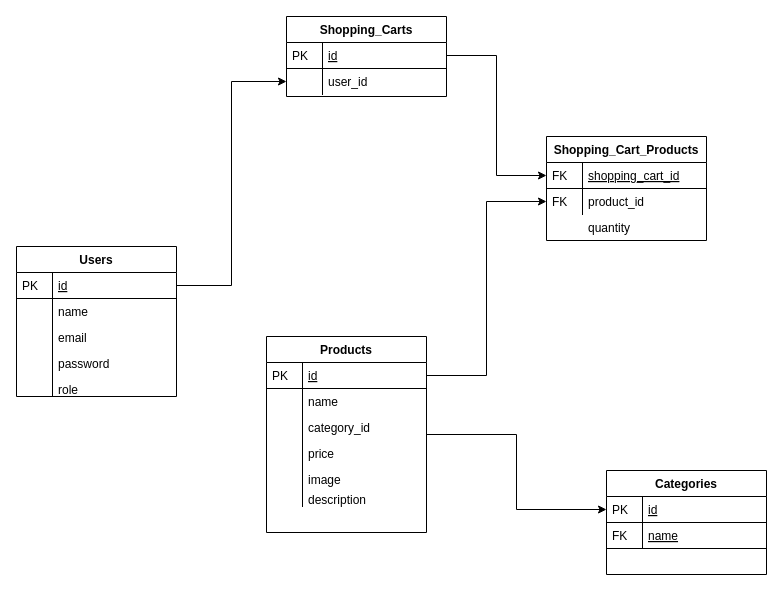
Above: db/db-diagram/db-diagram.drawio in AdrianFadiga/e-commerce-api (draw.io), before the change. Source tidied: cells renumbered, new cells numbered last; positions are measured from the earlier drawing's top-left corner, leaving out a move shared by most shapes. Both pictures are drawn from the tidied source at 100%, with x=0, y=0 at pixel (16, 16).
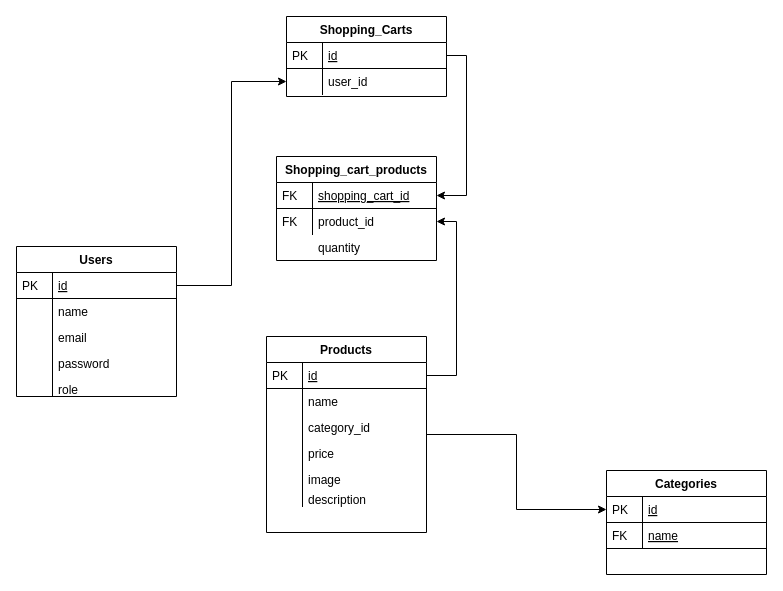
Above is the later version.

Commit message (it also covers changes not shown here):
feat: shopping_cart_products

The change refers to these unchanged cells:
```xml
<mxCell id="4" value="id" style="shape=partialRectangle;top=0;left=0;right=0;bottom=1;align=left;verticalAlign=top;fillColor=none;spacingLeft=40;spacingRight=4;overflow=hidden;points=[[0,0.5],[1,0.5]];portConstraint=eastwest;rounded=0;shadow=0;strokeWidth=1;fontStyle=4;" parent="3" vertex="1">
  <mxGeometry y="26" width="160" height="26" as="geometry" />
</mxCell>
<mxCell id="22" value="id" style="shape=partialRectangle;top=0;left=0;right=0;bottom=1;align=left;verticalAlign=top;fillColor=none;spacingLeft=40;spacingRight=4;overflow=hidden;points=[[0,0.5],[1,0.5]];portConstraint=eastwest;rounded=0;shadow=0;strokeWidth=1;fontStyle=4;" parent="21" vertex="1">
  <mxGeometry y="26" width="160" height="26" as="geometry" />
</mxCell>
<mxCell id="33" value="id" style="shape=partialRectangle;top=0;left=0;right=0;bottom=1;align=left;verticalAlign=top;fillColor=none;spacingLeft=40;spacingRight=4;overflow=hidden;points=[[0,0.5],[1,0.5]];portConstraint=eastwest;rounded=0;shadow=0;strokeWidth=1;fontStyle=4;" parent="32" vertex="1">
  <mxGeometry y="26" width="160" height="26" as="geometry" />
</mxCell>
<mxCell id="35" value="user_id" style="shape=partialRectangle;top=0;left=0;right=0;bottom=0;align=left;verticalAlign=top;fillColor=none;spacingLeft=40;spacingRight=4;overflow=hidden;points=[[0,0.5],[1,0.5]];portConstraint=eastwest;rounded=0;shadow=0;strokeWidth=1;" parent="32" vertex="1">
  <mxGeometry y="52" width="160" height="26" as="geometry" />
</mxCell>
```

Diff of the diagram source:
```diff
@@
-    <mxCell id="37" value="Shopping_Cart_Products" style="swimlane;fontStyle=1;horizontal=1;startSize=26;rounded=0;shadow=0;strokeWidth=1;" parent="1" vertex="1">
-      <mxGeometry x="530" y="120" width="160" height="104" as="geometry" />
-    </mxCell>
+    <mxCell id="43" style="edgeStyle=orthogonalEdgeStyle;rounded=0;jettySize=auto;html=1;exitX=1;exitY=0.5;exitDx=0;exitDy=0;entryX=0;entryY=0.5;entryDx=0;entryDy=0;" parent="1" edge="1" source="22" target="35">
+      <mxGeometry relative="1" as="geometry" />
+    </mxCell>
+    <mxCell id="46" value="Shopping_cart_products" style="swimlane;fontStyle=1;horizontal=1;startSize=26;rounded=0;shadow=0;strokeWidth=1;" parent="1" vertex="1">
+      <mxGeometry x="260" y="140" width="160" height="104" as="geometry" />
+    </mxCell>
-    <mxCell id="38" value="shopping_cart_id" style="shape=partialRectangle;top=0;left=0;right=0;bottom=1;align=left;verticalAlign=top;fillColor=none;spacingLeft=40;spacingRight=4;overflow=hidden;points=[[0,0.5],[1,0.5]];portConstraint=eastwest;rounded=0;shadow=0;strokeWidth=1;fontStyle=4;" parent="37" vertex="1">
+    <mxCell id="38" value="shopping_cart_id" style="shape=partialRectangle;top=0;left=0;right=0;bottom=1;align=left;verticalAlign=top;fillColor=none;spacingLeft=40;spacingRight=4;overflow=hidden;points=[[0,0.5],[1,0.5]];portConstraint=eastwest;rounded=0;shadow=0;strokeWidth=1;fontStyle=4;" parent="46" vertex="1">
       <mxGeometry y="26" width="160" height="26" as="geometry" />
     </mxCell>
-    <mxCell id="39" value="FK" style="shape=partialRectangle;top=0;left=0;bottom=0;fillColor=none;align=left;verticalAlign=top;spacingLeft=4;spacingRight=4;overflow=hidden;" parent="38" vertex="1">
-      <mxGeometry width="36" height="26" as="geometry" />
-    </mxCell>
+    <mxCell id="47" value="FK" style="shape=partialRectangle;top=0;left=0;bottom=0;fillColor=none;align=left;verticalAlign=top;spacingLeft=4;spacingRight=4;overflow=hidden;" parent="38" vertex="1">
+      <mxGeometry width="36" height="26" as="geometry" />
+    </mxCell>
-    <mxCell id="40" value="product_id" style="shape=partialRectangle;top=0;left=0;right=0;bottom=0;align=left;verticalAlign=top;fillColor=none;spacingLeft=40;spacingRight=4;overflow=hidden;points=[[0,0.5],[1,0.5]];portConstraint=eastwest;rounded=0;shadow=0;strokeWidth=1;" parent="37" vertex="1">
+    <mxCell id="40" value="product_id" style="shape=partialRectangle;top=0;left=0;right=0;bottom=0;align=left;verticalAlign=top;fillColor=none;spacingLeft=40;spacingRight=4;overflow=hidden;points=[[0,0.5],[1,0.5]];portConstraint=eastwest;rounded=0;shadow=0;strokeWidth=1;" parent="46" vertex="1">
       <mxGeometry y="52" width="160" height="26" as="geometry" />
     </mxCell>
-    <mxCell id="41" value="FK" style="shape=partialRectangle;top=0;left=0;bottom=0;fillColor=none;align=left;verticalAlign=top;spacingLeft=4;spacingRight=4;overflow=hidden;" parent="40" vertex="1">
-      <mxGeometry width="36" height="26" as="geometry" />
-    </mxCell>
+    <mxCell id="48" value="FK" style="shape=partialRectangle;top=0;left=0;bottom=0;fillColor=none;align=left;verticalAlign=top;spacingLeft=4;spacingRight=4;overflow=hidden;" parent="40" vertex="1">
+      <mxGeometry width="36" height="26" as="geometry" />
+    </mxCell>
-    <mxCell id="42" value="quantity" style="shape=partialRectangle;top=0;left=0;right=0;bottom=0;align=left;verticalAlign=top;fillColor=none;spacingLeft=40;spacingRight=4;overflow=hidden;rounded=0;shadow=0;strokeWidth=1;" parent="37" vertex="1">
+    <mxCell id="42" value="quantity" style="shape=partialRectangle;top=0;left=0;right=0;bottom=0;align=left;verticalAlign=top;fillColor=none;spacingLeft=40;spacingRight=4;overflow=hidden;rounded=0;shadow=0;strokeWidth=1;" parent="46" vertex="1">
       <mxGeometry y="78" width="160" height="26" as="geometry" />
     </mxCell>
-    <mxCell id="43" style="edgeStyle=orthogonalEdgeStyle;rounded=0;jettySize=auto;html=1;exitX=1;exitY=0.5;exitDx=0;exitDy=0;entryX=0;entryY=0.5;entryDx=0;entryDy=0;" parent="1" edge="1" source="22" target="35">
-      <mxGeometry relative="1" as="geometry" />
-    </mxCell>
-    <mxCell id="44" style="edgeStyle=orthogonalEdgeStyle;rounded=0;jettySize=auto;html=1;exitX=1;exitY=0.5;exitDx=0;exitDy=0;entryX=0;entryY=0.5;entryDx=0;entryDy=0;" parent="1" edge="1" source="33" target="38">
+    <mxCell id="44" style="edgeStyle=orthogonalEdgeStyle;rounded=0;jettySize=auto;html=1;exitX=1;exitY=0.5;exitDx=0;exitDy=0;entryX=1;entryY=0.5;entryDx=0;entryDy=0;" parent="1" edge="1" source="33" target="38">
       <mxGeometry relative="1" as="geometry" />
     </mxCell>
-    <mxCell id="45" style="edgeStyle=orthogonalEdgeStyle;rounded=0;jettySize=auto;html=1;exitX=1;exitY=0.5;exitDx=0;exitDy=0;entryX=0;entryY=0.5;entryDx=0;entryDy=0;" parent="1" edge="1" source="4" target="40">
+    <mxCell id="45" style="edgeStyle=orthogonalEdgeStyle;rounded=0;jettySize=auto;html=1;exitX=1;exitY=0.5;exitDx=0;exitDy=0;entryX=1;entryY=0.5;entryDx=0;entryDy=0;" parent="1" edge="1" source="4" target="40">
       <mxGeometry relative="1" as="geometry" />
     </mxCell>
```
